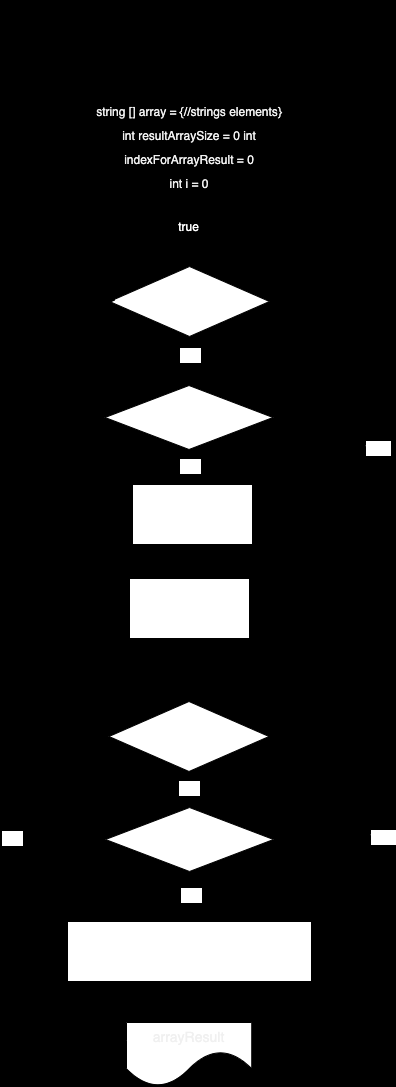
Above: diagram.drawio.png in kurkinajulia/finalProject (draw.io), before the change. Source tidied: cells renumbered, new cells last; positions are measured from the earlier drawing's top-left corner, leaving out a move shared by most shapes.
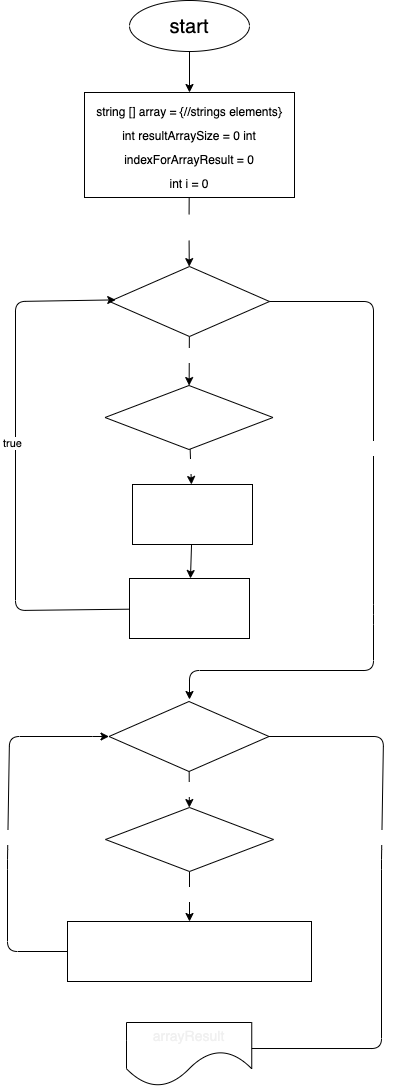
The same file after the commit.

The edit, as a diff of the source:
```diff
@@ -1,17 +1,17 @@
-<mxGraphModel background="#000000">
+<mxGraphModel background="#FFFFFF">
   <root>
     <mxCell id="0" />
     <mxCell id="1" parent="0" />
-    <mxCell id="2" style="edgeStyle=none;html=1;" parent="1" edge="1" source="3" target="5">
+    <mxCell id="2" style="edgeStyle=none;html=1;strokeColor=#000000;" parent="1" edge="1" source="3" target="5">
       <mxGeometry relative="1" as="geometry" />
     </mxCell>
-    <mxCell id="3" value="&lt;font style=&quot;font-size: 20px;&quot;&gt;start&lt;/font&gt;" style="ellipse;whiteSpace=wrap;html=1;fillColor=none;gradientColor=default;" parent="1" vertex="1">
+    <mxCell id="3" value="&lt;font color=&quot;#000000&quot; style=&quot;font-size: 20px; background-color: rgb(255, 255, 255);&quot;&gt;start&lt;/font&gt;" style="ellipse;whiteSpace=wrap;html=1;fillColor=none;gradientColor=default;strokeColor=#000000;" parent="1" vertex="1">
       <mxGeometry x="122" width="120" height="51" as="geometry" />
     </mxCell>
-    <mxCell id="4" style="edgeStyle=none;html=1;fontSize=14;startArrow=none;" parent="1" edge="1" source="16" target="8">
+    <mxCell id="4" style="edgeStyle=none;html=1;fontSize=14;startArrow=none;strokeColor=#000000;" parent="1" edge="1" source="16" target="8">
       <mxGeometry relative="1" as="geometry" />
     </mxCell>
-    <mxCell id="5" value="&lt;font style=&quot;font-size: 12px;&quot;&gt;&lt;span style=&quot;color: rgb(240, 240, 240); font-family: Helvetica; font-style: normal; font-variant-ligatures: normal; font-variant-caps: normal; font-weight: 400; letter-spacing: normal; orphans: 2; text-align: center; text-indent: 0px; text-transform: none; widows: 2; word-spacing: 0px; -webkit-text-stroke-width: 0px; text-decoration-thickness: initial; text-decoration-style: initial; text-decoration-color: initial; float: none; display: inline !important;&quot;&gt;string [] array = {//strings elements}&lt;br&gt;int resultArraySize = 0 int&lt;/span&gt;&lt;br style=&quot;border-color: rgb(0, 0, 0); color: rgb(240, 240, 240); font-family: Helvetica; font-style: normal; font-variant-ligatures: normal; font-variant-caps: normal; font-weight: 400; letter-spacing: normal; orphans: 2; text-align: center; text-indent: 0px; text-transform: none; widows: 2; word-spacing: 0px; -webkit-text-stroke-width: 0px; text-decoration-thickness: initial; text-decoration-style: initial; text-decoration-color: initial;&quot;&gt;&lt;span style=&quot;color: rgb(240, 240, 240); font-family: Helvetica; font-style: normal; font-variant-ligatures: normal; font-variant-caps: normal; font-weight: 400; letter-spacing: normal; orphans: 2; text-align: center; text-indent: 0px; text-transform: none; widows: 2; word-spacing: 0px; -webkit-text-stroke-width: 0px; text-decoration-thickness: initial; text-decoration-style: initial; text-decoration-color: initial; float: none; display: inline !important;&quot;&gt;indexForArrayResult = 0&lt;/span&gt;&lt;br style=&quot;border-color: rgb(0, 0, 0); color: rgb(240, 240, 240); font-family: Helvetica; font-style: normal; font-variant-ligatures: normal; font-variant-caps: normal; font-weight: 400; letter-spacing: normal; orphans: 2; text-align: center; text-indent: 0px; text-transform: none; widows: 2; word-spacing: 0px; -webkit-text-stroke-width: 0px; text-decoration-thickness: initial; text-decoration-style: initial; text-decoration-color: initial;&quot;&gt;&lt;span style=&quot;color: rgb(240, 240, 240); font-family: Helvetica; font-style: normal; font-variant-ligatures: normal; font-variant-caps: normal; font-weight: 400; letter-spacing: normal; orphans: 2; text-align: center; text-indent: 0px; text-transform: none; widows: 2; word-spacing: 0px; -webkit-text-stroke-width: 0px; text-decoration-thickness: initial; text-decoration-style: initial; text-decoration-color: initial; float: none; display: inline !important;&quot;&gt;int i = 0&lt;/span&gt;&lt;/font&gt;" style="rounded=0;whiteSpace=wrap;html=1;fontSize=20;fillColor=none;gradientColor=default;" parent="1" vertex="1">
+    <mxCell id="5" value="&lt;font color=&quot;#000000&quot; style=&quot;font-size: 12px;&quot;&gt;&lt;span style=&quot;font-family: Helvetica; font-style: normal; font-variant-ligatures: normal; font-variant-caps: normal; font-weight: 400; letter-spacing: normal; orphans: 2; text-align: center; text-indent: 0px; text-transform: none; widows: 2; word-spacing: 0px; -webkit-text-stroke-width: 0px; text-decoration-thickness: initial; text-decoration-style: initial; text-decoration-color: initial; float: none; display: inline !important;&quot;&gt;string [] array = {//strings elements}&lt;br&gt;int resultArraySize = 0 int&lt;/span&gt;&lt;br style=&quot;border-color: rgb(0, 0, 0); font-family: Helvetica; font-style: normal; font-variant-ligatures: normal; font-variant-caps: normal; font-weight: 400; letter-spacing: normal; orphans: 2; text-align: center; text-indent: 0px; text-transform: none; widows: 2; word-spacing: 0px; -webkit-text-stroke-width: 0px; text-decoration-thickness: initial; text-decoration-style: initial; text-decoration-color: initial;&quot;&gt;&lt;span style=&quot;font-family: Helvetica; font-style: normal; font-variant-ligatures: normal; font-variant-caps: normal; font-weight: 400; letter-spacing: normal; orphans: 2; text-align: center; text-indent: 0px; text-transform: none; widows: 2; word-spacing: 0px; -webkit-text-stroke-width: 0px; text-decoration-thickness: initial; text-decoration-style: initial; text-decoration-color: initial; float: none; display: inline !important;&quot;&gt;indexForArrayResult = 0&lt;/span&gt;&lt;br style=&quot;border-color: rgb(0, 0, 0); font-family: Helvetica; font-style: normal; font-variant-ligatures: normal; font-variant-caps: normal; font-weight: 400; letter-spacing: normal; orphans: 2; text-align: center; text-indent: 0px; text-transform: none; widows: 2; word-spacing: 0px; -webkit-text-stroke-width: 0px; text-decoration-thickness: initial; text-decoration-style: initial; text-decoration-color: initial;&quot;&gt;&lt;span style=&quot;font-family: Helvetica; font-style: normal; font-variant-ligatures: normal; font-variant-caps: normal; font-weight: 400; letter-spacing: normal; orphans: 2; text-align: center; text-indent: 0px; text-transform: none; widows: 2; word-spacing: 0px; -webkit-text-stroke-width: 0px; text-decoration-thickness: initial; text-decoration-style: initial; text-decoration-color: initial; float: none; display: inline !important;&quot;&gt;int i = 0&lt;/span&gt;&lt;/font&gt;" style="rounded=0;whiteSpace=wrap;html=1;fontSize=20;fillColor=none;gradientColor=default;strokeColor=#000000;" parent="1" vertex="1">
       <mxGeometry x="77" y="92" width="210" height="105" as="geometry" />
     </mxCell>
     <mxCell id="6" style="edgeStyle=none;html=1;fontSize=14;fontColor=#FFFFFF;" parent="1" edge="1" source="8" target="10">
@@ -37,7 +37,7 @@
     <mxCell id="12" value="&lt;span style=&quot;font-family: &amp;quot;YS Text&amp;quot;, arial, helvetica, sans-serif; font-style: normal; font-variant-ligatures: normal; font-variant-caps: normal; font-weight: 400; letter-spacing: normal; orphans: 2; text-align: start; text-indent: 0px; text-transform: none; widows: 2; word-spacing: 0px; -webkit-text-stroke-width: 0px; text-decoration-thickness: initial; text-decoration-style: initial; text-decoration-color: initial; float: none; display: inline !important;&quot;&gt;&lt;font style=&quot;font-size: 12px;&quot;&gt;resultArraySize++&lt;/font&gt;&lt;/span&gt;" style="rounded=0;whiteSpace=wrap;html=1;labelBackgroundColor=none;fontSize=14;fontColor=#FFFFFF;" parent="1" vertex="1">
       <mxGeometry x="125" y="484" width="120" height="60" as="geometry" />
     </mxCell>
-    <mxCell id="13" style="edgeStyle=none;html=1;fontSize=12;fontColor=#FFFFFF;entryX=0.039;entryY=0.477;entryDx=0;entryDy=0;entryPerimeter=0;" parent="1" edge="1" source="14" target="8">
+    <mxCell id="13" style="edgeStyle=none;html=1;fontSize=12;fontColor=#FFFFFF;entryX=0.039;entryY=0.477;entryDx=0;entryDy=0;entryPerimeter=0;strokeColor=#000000;" parent="1" edge="1" source="14" target="8">
       <mxGeometry relative="1" as="geometry">
         <Array as="points">
           <mxPoint x="8" y="610" />
@@ -45,6 +45,11 @@
         </Array>
       </mxGeometry>
     </mxCell>
+    <mxCell id="30" value="true" style="edgeLabel;html=1;align=center;verticalAlign=middle;" parent="13" vertex="1">
+      <mxGeometry x="0.08" y="4" relative="1" as="geometry">
+        <mxPoint y="1" as="offset" />
+      </mxGeometry>
+    </mxCell>
     <mxCell id="14" value="&lt;span style=&quot;font-family: &amp;quot;YS Text&amp;quot;, arial, helvetica, sans-serif; font-size: 12px; text-align: start;&quot;&gt;index += 1&lt;/span&gt;" style="rounded=0;whiteSpace=wrap;html=1;labelBackgroundColor=none;fontSize=14;fontColor=#FFFFFF;" parent="1" vertex="1">
       <mxGeometry x="122" y="578" width="120" height="60" as="geometry" />
     </mxCell>
@@ -54,7 +59,7 @@
     <mxCell id="16" value="true" style="text;html=1;align=center;verticalAlign=middle;points=[];strokeColor=none;fillColor=none;fontSize=12;fontColor=#FFFFFF;" parent="1" vertex="1">
       <mxGeometry x="162" y="214" width="39" height="26" as="geometry" />
     </mxCell>
-    <mxCell id="17" style="edgeStyle=none;html=1;fontSize=12;fontColor=#FFFFFF;exitX=1;exitY=0.5;exitDx=0;exitDy=0;" parent="1" edge="1" source="8">
+    <mxCell id="17" style="edgeStyle=none;html=1;fontSize=12;fontColor=#FFFFFF;exitX=1;exitY=0.5;exitDx=0;exitDy=0;strokeColor=#000000;" parent="1" edge="1" source="8">
       <mxGeometry relative="1" as="geometry">
         <mxPoint x="182" y="699" as="targetPoint" />
         <Array as="points">
@@ -68,13 +73,13 @@
     <mxCell id="18" value="false" style="edgeLabel;html=1;align=center;verticalAlign=middle;fontSize=12;fontColor=#FFFFFF;" parent="17" vertex="1">
       <mxGeometry x="-0.27" y="4" relative="1" as="geometry" />
     </mxCell>
-    <mxCell id="19" value="true" style="edgeStyle=none;html=1;fontSize=12;fontColor=#FFFFFF;" parent="1" edge="1" source="20" target="23">
+    <mxCell id="19" value="true" style="edgeStyle=none;html=1;fontSize=12;fontColor=#FFFFFF;strokeColor=#000000;" parent="1" edge="1" source="20" target="23">
       <mxGeometry relative="1" as="geometry" />
     </mxCell>
     <mxCell id="20" value="&lt;span style=&quot;font-family: &amp;quot;YS Text&amp;quot;, arial, helvetica, sans-serif; text-align: start;&quot;&gt;&lt;font style=&quot;font-size: 12px;&quot; color=&quot;#ffffff&quot;&gt;i &amp;lt; array.Length&lt;/font&gt;&lt;/span&gt;" style="rhombus;whiteSpace=wrap;html=1;fontSize=14;" parent="1" vertex="1">
       <mxGeometry x="101.5" y="701" width="160" height="70" as="geometry" />
     </mxCell>
-    <mxCell id="21" style="edgeStyle=none;html=1;fontSize=12;fontColor=#FFFFFF;" parent="1" edge="1" source="23" target="24">
+    <mxCell id="21" style="edgeStyle=none;html=1;fontSize=12;fontColor=#FFFFFF;strokeColor=#000000;" parent="1" edge="1" source="23" target="24">
       <mxGeometry relative="1" as="geometry" />
     </mxCell>
     <mxCell id="22" value="true" style="edgeLabel;html=1;align=center;verticalAlign=middle;fontSize=12;fontColor=#FFFFFF;" parent="21" vertex="1">
@@ -86,7 +91,7 @@
     <mxCell id="24" value="&lt;span style=&quot;font-family: &amp;quot;YS Text&amp;quot;, arial, helvetica, sans-serif; text-align: start; font-size: 12px;&quot;&gt;&lt;font style=&quot;font-size: 12px;&quot;&gt;arrayResult[indexForResultArray] = array[i] &lt;br&gt;indexForResultArray++&lt;/font&gt;&lt;/span&gt;" style="rounded=0;whiteSpace=wrap;html=1;labelBackgroundColor=none;fontSize=14;fontColor=#FFFFFF;" parent="1" vertex="1">
       <mxGeometry x="60" y="921" width="244" height="60" as="geometry" />
     </mxCell>
-    <mxCell id="25" style="edgeStyle=none;html=1;fontSize=12;fontColor=#FFFFFF;exitX=0;exitY=0.5;exitDx=0;exitDy=0;entryX=0;entryY=0.5;entryDx=0;entryDy=0;" parent="1" edge="1" source="24" target="20">
+    <mxCell id="25" style="edgeStyle=none;html=1;fontSize=12;fontColor=#FFFFFF;exitX=0;exitY=0.5;exitDx=0;exitDy=0;entryX=0;entryY=0.5;entryDx=0;entryDy=0;strokeColor=#000000;" parent="1" edge="1" source="24" target="20">
       <mxGeometry relative="1" as="geometry">
         <Array as="points">
           <mxPoint y="951" />
@@ -101,7 +106,7 @@
         <mxPoint x="5" y="1" as="offset" />
       </mxGeometry>
     </mxCell>
-    <mxCell id="27" style="edgeStyle=none;html=1;fontSize=12;fontColor=#FFFFFF;endArrow=none;endFill=0;entryX=1;entryY=0.5;entryDx=0;entryDy=0;" parent="1" edge="1" target="20">
+    <mxCell id="27" style="edgeStyle=none;html=1;fontSize=12;fontColor=#FFFFFF;endArrow=none;endFill=0;entryX=1;entryY=0.5;entryDx=0;entryDy=0;strokeColor=#000000;" parent="1" edge="1" target="20">
       <mxGeometry relative="1" as="geometry">
         <mxPoint x="219" y="1048" as="sourcePoint" />
         <Array as="points">
```
